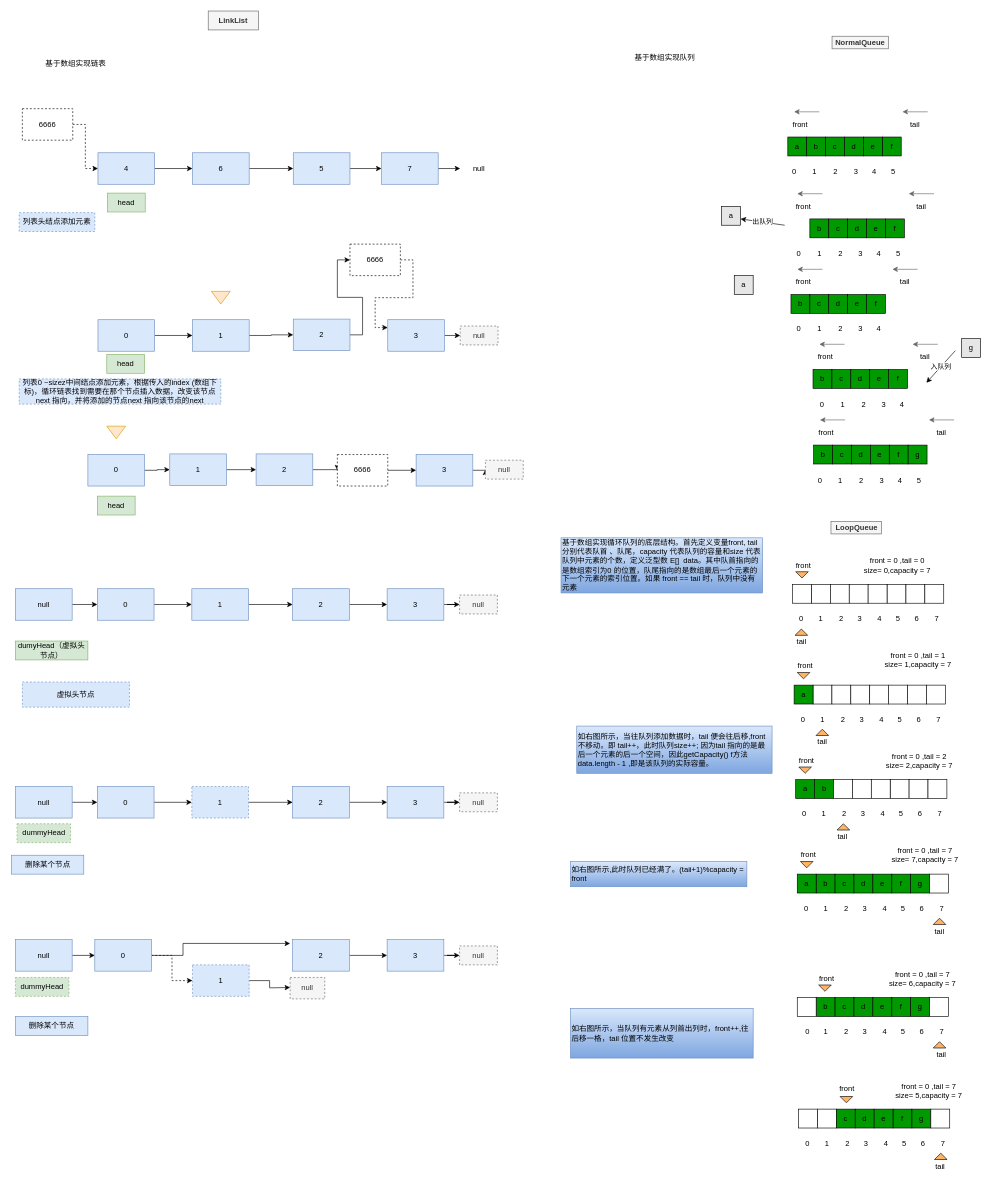
Above: 数据结构解析图.drawio in choustark/algorithms (draw.io), before the change. Source tidied: cells renumbered, new cells numbered last; positions are measured from the earlier drawing's top-left corner, leaving out a move shared by most shapes. Both pictures are drawn from the tidied source at 63%, with x=0, y=0 at pixel (11, 11).
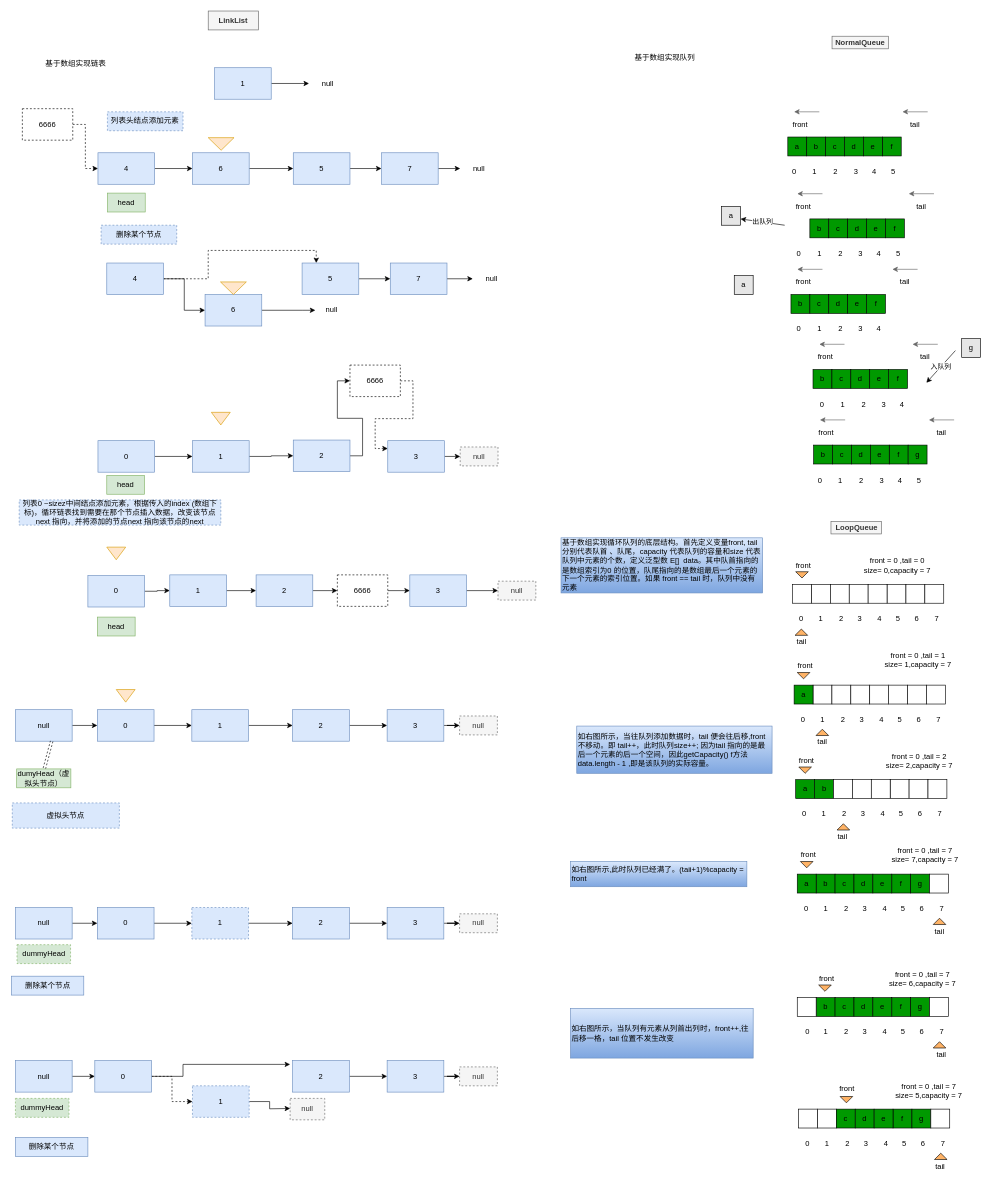
The same diagram, later.

Commit message:
Update 数据结构解析图.drawio

What changed in the source:
```diff
@@
-    <mxCell id="225" value="列表头结点添加元素" style="text;html=1;strokeColor=#6c8ebf;fillColor=#dae8fc;align=center;verticalAlign=middle;whiteSpace=wrap;rounded=0;dashed=1;" parent="1" vertex="1">
-      <mxGeometry x="12" y="320" width="120" height="30" as="geometry" />
+    <mxCell id="225" value="删除某个节点" style="text;html=1;strokeColor=#6c8ebf;fillColor=#dae8fc;align=center;verticalAlign=middle;whiteSpace=wrap;rounded=0;dashed=1;" parent="1" vertex="1">
+      <mxGeometry x="142" y="340" width="120" height="30" as="geometry" />
     </mxCell>
@@
     <mxCell id="227" value="0" style="rounded=0;whiteSpace=wrap;html=1;fillColor=#dae8fc;strokeColor=#6c8ebf;" parent="1" vertex="1">
-      <mxGeometry x="137" y="490" width="90" height="50" as="geometry" />
+      <mxGeometry x="137" y="682" width="90" height="50" as="geometry" />
     </mxCell>
@@
     <mxCell id="229" value="1" style="rounded=0;whiteSpace=wrap;html=1;fillColor=#dae8fc;strokeColor=#6c8ebf;" parent="1" vertex="1">
-      <mxGeometry x="287" y="490" width="90" height="50" as="geometry" />
+      <mxGeometry x="287" y="682" width="90" height="50" as="geometry" />
     </mxCell>
@@
     <mxCell id="231" value="2" style="rounded=0;whiteSpace=wrap;html=1;fillColor=#dae8fc;strokeColor=#6c8ebf;" parent="1" vertex="1">
-      <mxGeometry x="447" y="489" width="90" height="50" as="geometry" />
+      <mxGeometry x="447" y="681" width="90" height="50" as="geometry" />
     </mxCell>
@@
     <mxCell id="233" value="3" style="rounded=0;whiteSpace=wrap;html=1;fillColor=#dae8fc;strokeColor=#6c8ebf;" parent="1" vertex="1">
-      <mxGeometry x="597" y="490" width="90" height="50" as="geometry" />
+      <mxGeometry x="597" y="682" width="90" height="50" as="geometry" />
     </mxCell>
@@
     <mxCell id="235" value="6666" style="rounded=0;whiteSpace=wrap;html=1;dashed=1;" parent="1" vertex="1">
-      <mxGeometry x="537" y="370" width="80" height="50" as="geometry" />
+      <mxGeometry x="537" y="562" width="80" height="50" as="geometry" />
     </mxCell>
     <mxCell id="236" value="列表0 ~sizez中间结点添加元素，根据传入的index (数组下标)，循环链表找到需要在那个节点插入数据，改变该节点next 指向，并将添加的节点next 指向该节点的next" style="text;html=1;strokeColor=#6c8ebf;fillColor=#dae8fc;align=center;verticalAlign=middle;whiteSpace=wrap;rounded=0;dashed=1;" parent="1" vertex="1">
-      <mxGeometry x="12" y="584" width="320" height="40" as="geometry" />
+      <mxGeometry x="12" y="776" width="320" height="40" as="geometry" />
     </mxCell>
@@
     <mxCell id="240" value="0" style="rounded=0;whiteSpace=wrap;html=1;fillColor=#dae8fc;strokeColor=#6c8ebf;" parent="1" vertex="1">
-      <mxGeometry x="136" y="917" width="90" height="50" as="geometry" />
+      <mxGeometry x="136" y="1109" width="90" height="50" as="geometry" />
     </mxCell>
@@
     <mxCell id="242" value="1" style="rounded=0;whiteSpace=wrap;html=1;fillColor=#dae8fc;strokeColor=#6c8ebf;" parent="1" vertex="1">
-      <mxGeometry x="286" y="917" width="90" height="50" as="geometry" />
+      <mxGeometry x="286" y="1109" width="90" height="50" as="geometry" />
     </mxCell>
@@
     <mxCell id="244" value="2" style="rounded=0;whiteSpace=wrap;html=1;fillColor=#dae8fc;strokeColor=#6c8ebf;" parent="1" vertex="1">
-      <mxGeometry x="446" y="917" width="90" height="50" as="geometry" />
+      <mxGeometry x="446" y="1109" width="90" height="50" as="geometry" />
     </mxCell>
@@
     <mxCell id="246" value="3" style="rounded=0;whiteSpace=wrap;html=1;fillColor=#dae8fc;strokeColor=#6c8ebf;" parent="1" vertex="1">
-      <mxGeometry x="596" y="917" width="90" height="50" as="geometry" />
+      <mxGeometry x="596" y="1109" width="90" height="50" as="geometry" />
     </mxCell>
     <mxCell id="247" value="虚拟头节点" style="text;html=1;strokeColor=#6c8ebf;fillColor=#dae8fc;align=center;verticalAlign=middle;whiteSpace=wrap;rounded=0;dashed=1;" parent="1" vertex="1">
-      <mxGeometry x="17" y="1065" width="170" height="40" as="geometry" />
+      <mxGeometry x="1" y="1257" width="170" height="40" as="geometry" />
     </mxCell>
@@
     <mxCell id="249" value="null" style="rounded=0;whiteSpace=wrap;html=1;fillColor=#dae8fc;strokeColor=#6c8ebf;" parent="1" vertex="1">
-      <mxGeometry x="6" y="917" width="90" height="50" as="geometry" />
+      <mxGeometry x="6" y="1109" width="90" height="50" as="geometry" />
     </mxCell>
     <mxCell id="250" value="dumyHead（虚拟头节点）" style="text;html=1;strokeColor=#82b366;fillColor=#d5e8d4;align=center;verticalAlign=middle;whiteSpace=wrap;rounded=0;" parent="1" vertex="1">
-      <mxGeometry x="6" y="1000" width="115" height="30" as="geometry" />
+      <mxGeometry x="8" y="1203" width="86" height="30" as="geometry" />
     </mxCell>
@@
     <mxCell id="252" value="null" style="text;html=1;strokeColor=#666666;fillColor=#f5f5f5;align=center;verticalAlign=middle;whiteSpace=wrap;rounded=0;dashed=1;fontColor=#333333;" parent="1" vertex="1">
-      <mxGeometry x="712" y="500" width="60" height="30" as="geometry" />
+      <mxGeometry x="712" y="692" width="60" height="30" as="geometry" />
     </mxCell>
     <mxCell id="253" value="null" style="text;html=1;strokeColor=#666666;fillColor=#f5f5f5;align=center;verticalAlign=middle;whiteSpace=wrap;rounded=0;dashed=1;fontColor=#333333;" parent="1" vertex="1">
-      <mxGeometry x="711" y="927" width="60" height="30" as="geometry" />
+      <mxGeometry x="711" y="1119" width="60" height="30" as="geometry" />
     </mxCell>
     <mxCell id="254" style="triangle;whiteSpace=wrap;html=1;rotation=90;fillColor=#ffe6cc;strokeColor=#d79b00;" parent="1" vertex="1">
-      <mxGeometry x="322" y="440" width="20" height="30" as="geometry" />
+      <mxGeometry x="322" y="632" width="20" height="30" as="geometry" />
     </mxCell>
@@
     <mxCell id="256" value="0" style="rounded=0;whiteSpace=wrap;html=1;fillColor=#dae8fc;strokeColor=#6c8ebf;" parent="1" vertex="1">
-      <mxGeometry x="121" y="704" width="90" height="50" as="geometry" />
+      <mxGeometry x="121" y="896" width="90" height="50" as="geometry" />
     </mxCell>
@@
     <mxCell id="258" value="1" style="rounded=0;whiteSpace=wrap;html=1;fillColor=#dae8fc;strokeColor=#6c8ebf;" parent="1" vertex="1">
-      <mxGeometry x="251" y="703" width="90" height="50" as="geometry" />
+      <mxGeometry x="251" y="895" width="90" height="50" as="geometry" />
     </mxCell>
@@
     <mxCell id="260" value="2" style="rounded=0;whiteSpace=wrap;html=1;fillColor=#dae8fc;strokeColor=#6c8ebf;" parent="1" vertex="1">
-      <mxGeometry x="388" y="703" width="90" height="50" as="geometry" />
+      <mxGeometry x="388" y="895" width="90" height="50" as="geometry" />
     </mxCell>
@@
     <mxCell id="262" value="3" style="rounded=0;whiteSpace=wrap;html=1;fillColor=#dae8fc;strokeColor=#6c8ebf;" parent="1" vertex="1">
-      <mxGeometry x="642" y="704" width="90" height="50" as="geometry" />
+      <mxGeometry x="632" y="895" width="90" height="50" as="geometry" />
     </mxCell>
-    <mxCell id="263" style="edgeStyle=orthogonalEdgeStyle;rounded=0;jettySize=auto;html=1;exitX=1;exitY=0.5;exitDx=0;exitDy=0;" parent="1" edge="1" source="264">
-      <mxGeometry relative="1" as="geometry">
-        <mxPoint x="642" y="729" as="targetPoint" />
-      </mxGeometry>
+    <mxCell id="263" style="edgeStyle=orthogonalEdgeStyle;rounded=0;jettySize=auto;html=1;exitX=1;exitY=0.5;exitDx=0;exitDy=0;entryX=0;entryY=0.5;entryDx=0;entryDy=0;" parent="1" edge="1" source="264" target="262">
+      <mxGeometry relative="1" as="geometry" />
     </mxCell>
     <mxCell id="264" value="6666" style="rounded=0;whiteSpace=wrap;html=1;dashed=1;" parent="1" vertex="1">
-      <mxGeometry x="517" y="704" width="80" height="50" as="geometry" />
+      <mxGeometry x="517" y="895" width="80" height="50" as="geometry" />
     </mxCell>
     <mxCell id="265" value="null" style="text;html=1;strokeColor=#666666;fillColor=#f5f5f5;align=center;verticalAlign=middle;whiteSpace=wrap;rounded=0;dashed=1;fontColor=#333333;" parent="1" vertex="1">
-      <mxGeometry x="752" y="713" width="60" height="30" as="geometry" />
+      <mxGeometry x="772" y="905" width="60" height="30" as="geometry" />
     </mxCell>
     <mxCell id="266" style="triangle;whiteSpace=wrap;html=1;rotation=90;fillColor=#ffe6cc;strokeColor=#d79b00;" parent="1" vertex="1">
-      <mxGeometry x="156" y="654" width="20" height="30" as="geometry" />
+      <mxGeometry x="156" y="846" width="20" height="30" as="geometry" />
     </mxCell>
@@
     <mxCell id="268" value="head" style="text;html=1;strokeColor=#82b366;fillColor=#d5e8d4;align=center;verticalAlign=middle;whiteSpace=wrap;rounded=0;" parent="1" vertex="1">
-      <mxGeometry x="151" y="545" width="60" height="30" as="geometry" />
+      <mxGeometry x="151" y="737" width="60" height="30" as="geometry" />
     </mxCell>
     <mxCell id="269" value="head" style="text;html=1;strokeColor=#82b366;fillColor=#d5e8d4;align=center;verticalAlign=middle;whiteSpace=wrap;rounded=0;" parent="1" vertex="1">
-      <mxGeometry x="136" y="770" width="60" height="30" as="geometry" />
+      <mxGeometry x="136" y="962" width="60" height="30" as="geometry" />
     </mxCell>
@@
     <mxCell id="271" value="0" style="rounded=0;whiteSpace=wrap;html=1;fillColor=#dae8fc;strokeColor=#6c8ebf;" parent="1" vertex="1">
-      <mxGeometry x="136" y="1231" width="90" height="50" as="geometry" />
+      <mxGeometry x="136" y="1423" width="90" height="50" as="geometry" />
     </mxCell>
@@
     <mxCell id="273" value="1" style="rounded=0;whiteSpace=wrap;html=1;fillColor=#dae8fc;strokeColor=#6c8ebf;dashed=1;" parent="1" vertex="1">
-      <mxGeometry x="286" y="1231" width="90" height="50" as="geometry" />
+      <mxGeometry x="286" y="1423" width="90" height="50" as="geometry" />
     </mxCell>
@@
     <mxCell id="275" value="2" style="rounded=0;whiteSpace=wrap;html=1;fillColor=#dae8fc;strokeColor=#6c8ebf;" parent="1" vertex="1">
-      <mxGeometry x="446" y="1231" width="90" height="50" as="geometry" />
+      <mxGeometry x="446" y="1423" width="90" height="50" as="geometry" />
     </mxCell>
@@
     <mxCell id="277" value="3" style="rounded=0;whiteSpace=wrap;html=1;fillColor=#dae8fc;strokeColor=#6c8ebf;" parent="1" vertex="1">
-      <mxGeometry x="596" y="1231" width="90" height="50" as="geometry" />
+      <mxGeometry x="596" y="1423" width="90" height="50" as="geometry" />
     </mxCell>
@@
     <mxCell id="279" value="null" style="rounded=0;whiteSpace=wrap;html=1;fillColor=#dae8fc;strokeColor=#6c8ebf;" parent="1" vertex="1">
-      <mxGeometry x="6" y="1231" width="90" height="50" as="geometry" />
+      <mxGeometry x="6" y="1423" width="90" height="50" as="geometry" />
     </mxCell>
     <mxCell id="280" value="删除某个节点" style="text;html=1;strokeColor=#6c8ebf;fillColor=#dae8fc;align=center;verticalAlign=middle;whiteSpace=wrap;rounded=0;" parent="1" vertex="1">
-      <mxGeometry x="-0.5" y="1340" width="115" height="30" as="geometry" />
+      <mxGeometry x="-0.5" y="1532" width="115" height="30" as="geometry" />
     </mxCell>
     <mxCell id="281" value="null" style="text;html=1;strokeColor=#666666;fillColor=#f5f5f5;align=center;verticalAlign=middle;whiteSpace=wrap;rounded=0;dashed=1;fontColor=#333333;" parent="1" vertex="1">
-      <mxGeometry x="711" y="1241" width="60" height="30" as="geometry" />
+      <mxGeometry x="711" y="1433" width="60" height="30" as="geometry" />
     </mxCell>
@@
     <mxCell id="283" style="edgeStyle=orthogonalEdgeStyle;rounded=0;jettySize=auto;html=1;exitX=1;exitY=0.5;exitDx=0;exitDy=0;" parent="1" edge="1" source="284">
       <mxGeometry relative="1" as="geometry">
-        <mxPoint x="442" y="1480" as="targetPoint" />
+        <mxPoint x="442" y="1672" as="targetPoint" />
         <Array as="points">
-          <mxPoint x="272" y="1499" />
-          <mxPoint x="272" y="1480" />
+          <mxPoint x="272" y="1691" />
+          <mxPoint x="272" y="1672" />
         </Array>
       </mxGeometry>
     </mxCell>
     <mxCell id="284" value="0" style="rounded=0;whiteSpace=wrap;html=1;fillColor=#dae8fc;strokeColor=#6c8ebf;" parent="1" vertex="1">
-      <mxGeometry x="132" y="1474" width="90" height="50" as="geometry" />
+      <mxGeometry x="132" y="1666" width="90" height="50" as="geometry" />
     </mxCell>
     <mxCell id="285" style="edgeStyle=orthogonalEdgeStyle;rounded=0;jettySize=auto;html=1;exitX=1;exitY=0.5;exitDx=0;exitDy=0;" parent="1" edge="1" source="286">
       <mxGeometry relative="1" as="geometry">
-        <mxPoint x="442" y="1550" as="targetPoint" />
+        <mxPoint x="442" y="1742" as="targetPoint" />
       </mxGeometry>
     </mxCell>
     <mxCell id="286" value="1" style="rounded=0;whiteSpace=wrap;html=1;fillColor=#dae8fc;strokeColor=#6c8ebf;dashed=1;" parent="1" vertex="1">
-      <mxGeometry x="287" y="1514" width="90" height="50" as="geometry" />
+      <mxGeometry x="287" y="1706" width="90" height="50" as="geometry" />
     </mxCell>
@@
     <mxCell id="288" value="2" style="rounded=0;whiteSpace=wrap;html=1;fillColor=#dae8fc;strokeColor=#6c8ebf;" parent="1" vertex="1">
-      <mxGeometry x="446" y="1474" width="90" height="50" as="geometry" />
+      <mxGeometry x="446" y="1666" width="90" height="50" as="geometry" />
     </mxCell>
@@
     <mxCell id="290" value="3" style="rounded=0;whiteSpace=wrap;html=1;fillColor=#dae8fc;strokeColor=#6c8ebf;" parent="1" vertex="1">
-      <mxGeometry x="596" y="1474" width="90" height="50" as="geometry" />
+      <mxGeometry x="596" y="1666" width="90" height="50" as="geometry" />
     </mxCell>
@@
     <mxCell id="292" value="null" style="rounded=0;whiteSpace=wrap;html=1;fillColor=#dae8fc;strokeColor=#6c8ebf;" parent="1" vertex="1">
-      <mxGeometry x="6" y="1474" width="90" height="50" as="geometry" />
+      <mxGeometry x="6" y="1666" width="90" height="50" as="geometry" />
     </mxCell>
     <mxCell id="293" value="删除某个节点" style="text;html=1;strokeColor=#6c8ebf;fillColor=#dae8fc;align=center;verticalAlign=middle;whiteSpace=wrap;rounded=0;" parent="1" vertex="1">
-      <mxGeometry x="6" y="1596" width="115" height="30" as="geometry" />
+      <mxGeometry x="6" y="1788" width="115" height="30" as="geometry" />
     </mxCell>
     <mxCell id="294" value="null" style="text;html=1;strokeColor=#666666;fillColor=#f5f5f5;align=center;verticalAlign=middle;whiteSpace=wrap;rounded=0;dashed=1;fontColor=#333333;" parent="1" vertex="1">
-      <mxGeometry x="711" y="1484" width="60" height="30" as="geometry" />
+      <mxGeometry x="711" y="1676" width="60" height="30" as="geometry" />
     </mxCell>
     <mxCell id="295" value="null" style="text;html=1;strokeColor=#666666;fillColor=#f5f5f5;align=center;verticalAlign=middle;whiteSpace=wrap;rounded=0;dashed=1;fontColor=#333333;" parent="1" vertex="1">
-      <mxGeometry x="442" y="1534" width="55" height="34" as="geometry" />
+      <mxGeometry x="442" y="1726" width="55" height="34" as="geometry" />
     </mxCell>
     <mxCell id="296" value="dummyHead" style="text;html=1;strokeColor=#82b366;fillColor=#d5e8d4;align=center;verticalAlign=middle;whiteSpace=wrap;rounded=0;dashed=1;" parent="1" vertex="1">
-      <mxGeometry x="8.5" y="1290" width="85" height="30" as="geometry" />
+      <mxGeometry x="8.5" y="1482" width="85" height="30" as="geometry" />
     </mxCell>
     <mxCell id="297" value="dummyHead" style="text;html=1;strokeColor=#82b366;fillColor=#d5e8d4;align=center;verticalAlign=middle;whiteSpace=wrap;rounded=0;dashed=1;" parent="1" vertex="1">
-      <mxGeometry x="6" y="1534" width="85" height="30" as="geometry" />
+      <mxGeometry x="6" y="1726" width="85" height="30" as="geometry" />
     </mxCell>
+    <mxCell id="298" style="edgeStyle=orthogonalEdgeStyle;rounded=0;jettySize=auto;html=1;exitX=1;exitY=0.5;exitDx=0;exitDy=0;" parent="1" edge="1" source="299" target="300">
+      <mxGeometry relative="1" as="geometry" />
+    </mxCell>
+    <mxCell id="299" value="1" style="rounded=0;whiteSpace=wrap;html=1;fillColor=#dae8fc;strokeColor=#6c8ebf;" parent="1" vertex="1">
+      <mxGeometry x="322" y="90" width="90" height="50" as="geometry" />
+    </mxCell>
+    <mxCell id="300" value="null" style="text;html=1;strokeColor=none;fillColor=none;align=center;verticalAlign=middle;whiteSpace=wrap;rounded=0;dashed=1;" parent="1" vertex="1">
+      <mxGeometry x="472" y="100" width="60" height="30" as="geometry" />
+    </mxCell>
+    <mxCell id="301" style="triangle;whiteSpace=wrap;html=1;direction=south;fillColor=#ffe6cc;strokeColor=#d79b00;" parent="1" vertex="1">
+      <mxGeometry x="312" y="201" width="41" height="20" as="geometry" />
+    </mxCell>
+    <mxCell id="302" style="triangle;whiteSpace=wrap;html=1;rotation=90;fillColor=#ffe6cc;strokeColor=#d79b00;" parent="1" vertex="1">
+      <mxGeometry x="171" y="1072" width="20" height="30" as="geometry" />
+    </mxCell>
+    <mxCell id="303" style="shape=link;endArrow=classic;html=1;rounded=0;dashed=1;" parent="1" edge="1">
+      <mxGeometry relative="1" as="geometry">
+        <mxPoint x="52" y="1202" as="sourcePoint" />
+        <mxPoint x="63.5" y="1159" as="targetPoint" />
+      </mxGeometry>
+    </mxCell>
+    <mxCell id="304" style="edgeStyle=orthogonalEdgeStyle;rounded=0;jettySize=auto;html=1;exitX=1;exitY=0.5;exitDx=0;exitDy=0;entryX=0.25;entryY=0;entryDx=0;entryDy=0;dashed=1;" parent="1" edge="1" source="306" target="310">
+      <mxGeometry relative="1" as="geometry">
+        <Array as="points">
+          <mxPoint x="312" y="425" />
+          <mxPoint x="312" y="380" />
+          <mxPoint x="483" y="380" />
+        </Array>
+      </mxGeometry>
+    </mxCell>
+    <mxCell id="305" style="edgeStyle=orthogonalEdgeStyle;rounded=0;jettySize=auto;html=1;entryX=0;entryY=0.5;entryDx=0;entryDy=0;" parent="1" edge="1" source="306" target="308">
+      <mxGeometry relative="1" as="geometry" />
+    </mxCell>
+    <mxCell id="306" value="4" style="rounded=0;whiteSpace=wrap;html=1;fillColor=#dae8fc;strokeColor=#6c8ebf;" parent="1" vertex="1">
+      <mxGeometry x="151" y="400" width="90" height="50" as="geometry" />
+    </mxCell>
+    <mxCell id="307" style="edgeStyle=orthogonalEdgeStyle;rounded=0;jettySize=auto;html=1;exitX=1;exitY=0.5;exitDx=0;exitDy=0;" parent="1" edge="1" source="308">
+      <mxGeometry relative="1" as="geometry">
+        <mxPoint x="482" y="475" as="targetPoint" />
+        <Array as="points">
+          <mxPoint x="461" y="475" />
+        </Array>
+      </mxGeometry>
+    </mxCell>
+    <mxCell id="308" value="6" style="rounded=0;whiteSpace=wrap;html=1;fillColor=#dae8fc;strokeColor=#6c8ebf;" parent="1" vertex="1">
+      <mxGeometry x="307" y="450" width="90" height="50" as="geometry" />
+    </mxCell>
+    <mxCell id="309" style="edgeStyle=orthogonalEdgeStyle;rounded=0;jettySize=auto;html=1;exitX=1;exitY=0.5;exitDx=0;exitDy=0;entryX=0;entryY=0.5;entryDx=0;entryDy=0;" parent="1" edge="1" source="310" target="312">
+      <mxGeometry relative="1" as="geometry" />
+    </mxCell>
+    <mxCell id="310" value="5" style="rounded=0;whiteSpace=wrap;html=1;fillColor=#dae8fc;strokeColor=#6c8ebf;" parent="1" vertex="1">
+      <mxGeometry x="461" y="400" width="90" height="50" as="geometry" />
+    </mxCell>
+    <mxCell id="311" style="edgeStyle=orthogonalEdgeStyle;rounded=0;jettySize=auto;html=1;exitX=1;exitY=0.5;exitDx=0;exitDy=0;entryX=0;entryY=0.5;entryDx=0;entryDy=0;" parent="1" edge="1" source="312" target="314">
+      <mxGeometry relative="1" as="geometry" />
+    </mxCell>
+    <mxCell id="312" value="7" style="rounded=0;whiteSpace=wrap;html=1;fillColor=#dae8fc;strokeColor=#6c8ebf;" parent="1" vertex="1">
+      <mxGeometry x="601" y="400" width="90" height="50" as="geometry" />
+    </mxCell>
+    <mxCell id="313" style="triangle;whiteSpace=wrap;html=1;direction=south;fillColor=#ffe6cc;strokeColor=#d79b00;" parent="1" vertex="1">
+      <mxGeometry x="331.5" y="430" width="41" height="20" as="geometry" />
+    </mxCell>
+    <mxCell id="314" value="null" style="text;html=1;strokeColor=none;fillColor=none;align=center;verticalAlign=middle;whiteSpace=wrap;rounded=0;dashed=1;" parent="1" vertex="1">
+      <mxGeometry x="732" y="410" width="60" height="30" as="geometry" />
+    </mxCell>
+    <mxCell id="315" value="列表头结点添加元素" style="text;html=1;strokeColor=#6c8ebf;fillColor=#dae8fc;align=center;verticalAlign=middle;whiteSpace=wrap;rounded=0;dashed=1;" parent="1" vertex="1">
+      <mxGeometry x="152" y="160" width="120" height="30" as="geometry" />
+    </mxCell>
+    <mxCell id="316" value="null" style="text;html=1;strokeColor=none;fillColor=none;align=center;verticalAlign=middle;whiteSpace=wrap;rounded=0;dashed=1;" parent="1" vertex="1">
+      <mxGeometry x="478" y="460" width="60" height="30" as="geometry" />
+    </mxCell>
```
